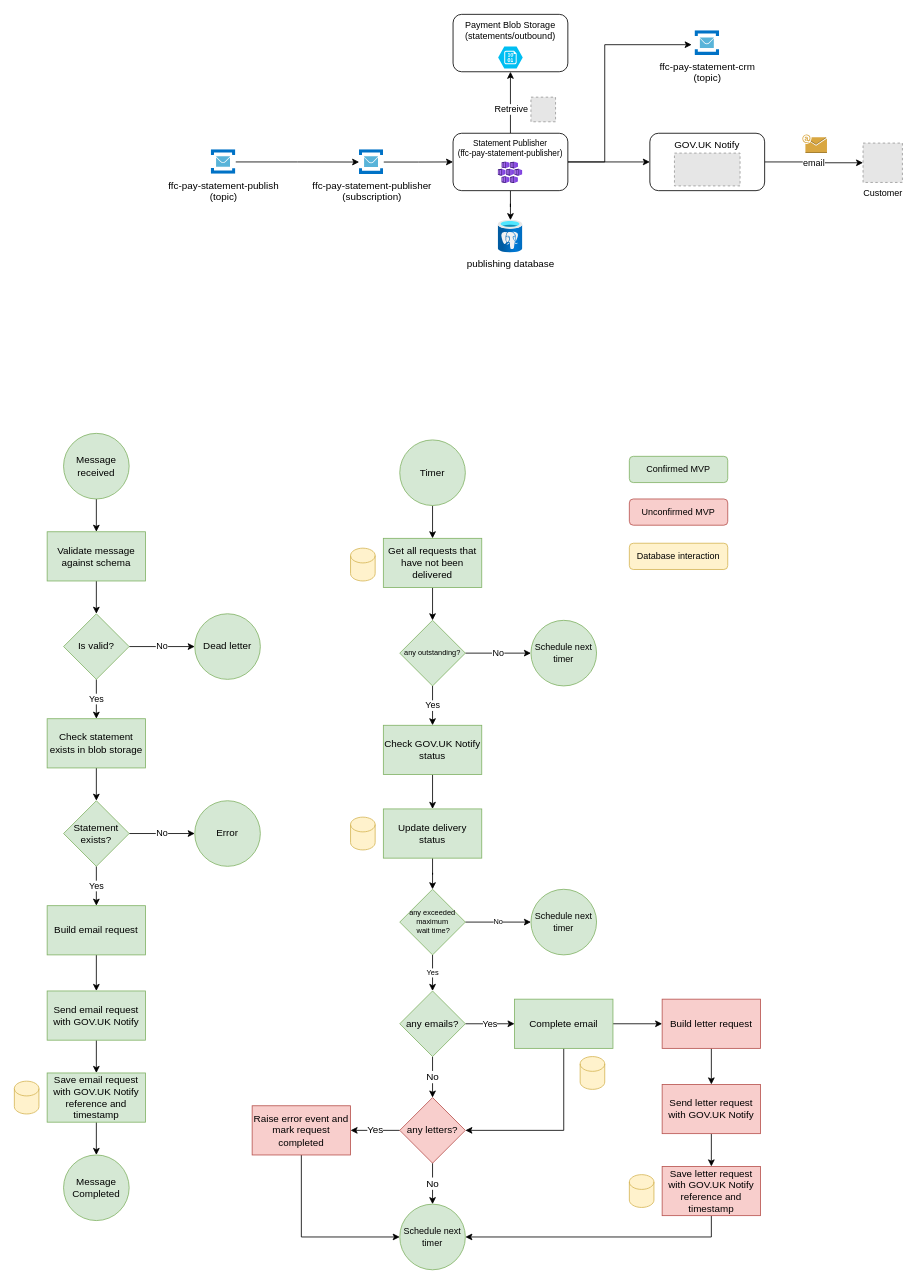
This is Documents/ffc-doc-statement-publisher.drawio from DEFRA/ffc-diagrams, a draw.io file, before an edit. Source tidied: cells renumbered, new cells numbered last; positions are measured from the earlier drawing's top-left corner, leaving out a move shared by most shapes. Both pictures are drawn from the tidied source at 82%, with x=0, y=0 at pixel (14, 14). Pictures stored in the file or linked from it are replaced by grey dashed boxes.
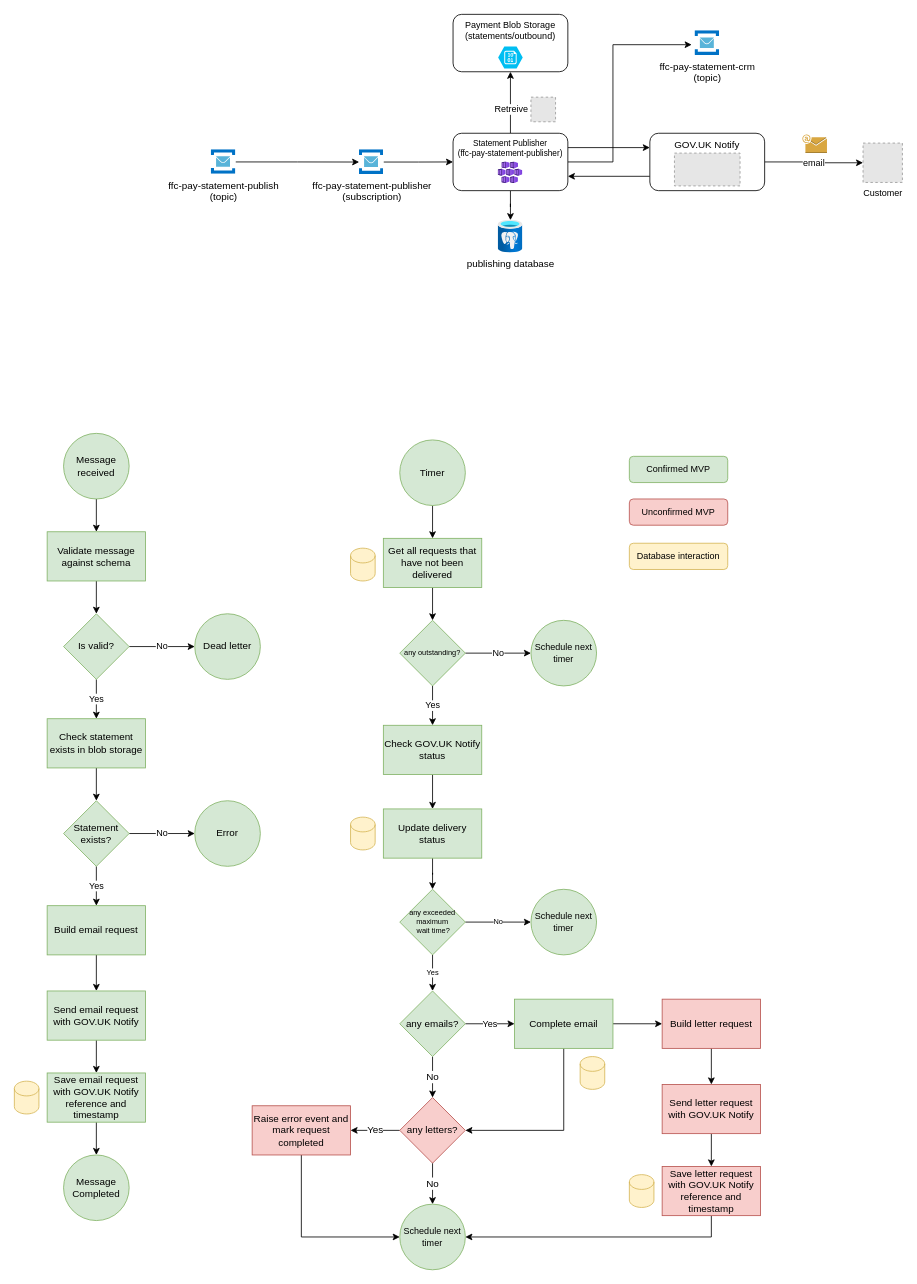
The same page after the edit.

Commit message (it also covers changes not shown here):
Adding Notify email poll and Publish/CRMM int (#14)

The change refers to these unchanged cells:
```xml
<mxCell id="3" value="ffc-pay-statement-crm&lt;br&gt;(topic)" style="sketch=0;html=1;points=[];align=center;image;fontSize=12;image=img/lib/mscae/Service_Bus.svg;" parent="1" vertex="1">
  <mxGeometry x="830" y="20" width="30" height="30" as="geometry" />
</mxCell>
<mxCell id="71" value="Statement Publisher&lt;br style=&quot;font-size: 10px;&quot;&gt;(ffc-pay-statement-publisher)" style="rounded=1;whiteSpace=wrap;html=1;verticalAlign=top;fontSize=10;" parent="1" vertex="1">
  <mxGeometry x="535" y="145" width="140" height="70" as="geometry" />
</mxCell>
<mxCell id="81" value="GOV.UK Notify" style="rounded=1;whiteSpace=wrap;html=1;verticalAlign=top;fontSize=12;" parent="1" vertex="1">
  <mxGeometry x="775" y="145" width="140" height="70" as="geometry" />
</mxCell>
<mxCell id="85" value="publishing database" style="html=1;points=[];align=center;image;fontSize=12;image=img/lib/azure2/databases/Azure_Database_PostgreSQL_Server.svg;" parent="1" vertex="1">
  <mxGeometry x="590" y="251" width="30" height="40" as="geometry" />
</mxCell>
```

The edit, as a diff of the source:
```diff
@@
     <mxCell id="2" style="edgeStyle=orthogonalEdgeStyle;rounded=0;jettySize=auto;html=1;entryX=1;entryY=0.5;entryDx=0;entryDy=0;startArrow=classic;startFill=1;endArrow=none;endFill=0;exitX=-0.133;exitY=0.567;exitDx=0;exitDy=0;exitPerimeter=0;" parent="1" edge="1" source="3" target="71">
       <mxGeometry relative="1" as="geometry">
         <Array as="points">
-          <mxPoint x="720" y="37" />
-          <mxPoint x="720" y="180" />
+          <mxPoint x="730" y="37" />
+          <mxPoint x="730" y="180" />
         </Array>
       </mxGeometry>
     </mxCell>
@@
+    <mxCell id="70" style="edgeStyle=orthogonalEdgeStyle;rounded=0;jettySize=auto;html=1;fontSize=10;" parent="1" edge="1" source="71" target="85">
+      <mxGeometry relative="1" as="geometry" />
+    </mxCell>
-    <mxCell id="69" style="edgeStyle=orthogonalEdgeStyle;rounded=0;jettySize=auto;html=1;" parent="1" edge="1" source="71" target="81">
+    <mxCell id="69" style="edgeStyle=orthogonalEdgeStyle;rounded=0;jettySize=auto;html=1;exitX=1;exitY=0.25;exitDx=0;exitDy=0;entryX=0;entryY=0.25;entryDx=0;entryDy=0;" parent="1" edge="1" source="71" target="81">
       <mxGeometry relative="1" as="geometry" />
     </mxCell>
-    <mxCell id="70" style="edgeStyle=orthogonalEdgeStyle;rounded=0;jettySize=auto;html=1;fontSize=10;" parent="1" edge="1" source="71" target="85">
-      <mxGeometry relative="1" as="geometry" />
-    </mxCell>
@@
+    <mxCell id="86" style="edgeStyle=orthogonalEdgeStyle;rounded=0;jettySize=auto;html=1;exitX=0;exitY=0.75;exitDx=0;exitDy=0;entryX=1;entryY=0.75;entryDx=0;entryDy=0;" parent="1" edge="1" source="81" target="71">
+      <mxGeometry relative="1" as="geometry" />
+    </mxCell>
```
